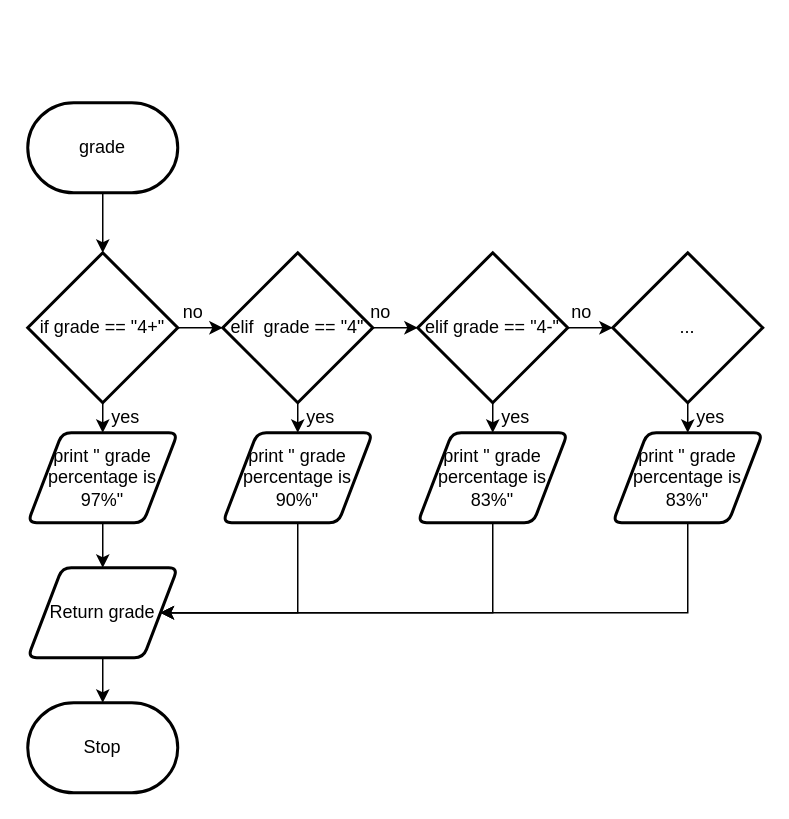
This is Draw.io/Flowchart.drawio from Peter-Gemmell/ICS3U-Unit5-03-Python, a draw.io file, before an edit. Source tidied: cells renumbered, new cells numbered last; positions are measured from the earlier drawing's top-left corner, leaving out a move shared by most shapes. Both pictures are drawn from the tidied source at 150%, with x=0, y=0 at pixel (27, 102).
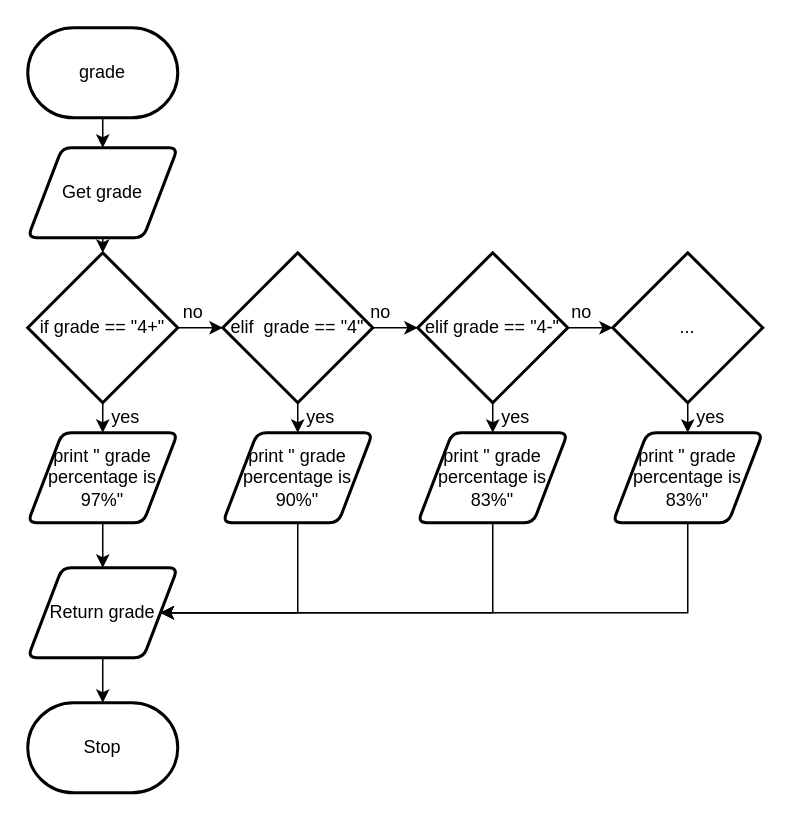
After the change.

The change refers to these unchanged cells:
```xml
<mxCell id="7" value="if grade == &quot;4+&quot;" style="strokeWidth=2;html=1;shape=mxgraph.flowchart.decision;whiteSpace=wrap;" parent="1" vertex="1">
  <mxGeometry y="100" width="100" height="100" as="geometry" />
</mxCell>
```

Change to the diagram source:
```diff
@@
-    <mxCell id="2" style="edgeStyle=none;html=1;exitX=0.5;exitY=1;exitDx=0;exitDy=0;exitPerimeter=0;" parent="1" edge="1" source="3" target="7">
-      <mxGeometry relative="1" as="geometry" />
-    </mxCell>
+    <mxCell id="33" style="edgeStyle=none;html=1;exitX=0.5;exitY=1;exitDx=0;exitDy=0;exitPerimeter=0;entryX=0.5;entryY=0;entryDx=0;entryDy=0;" parent="1" edge="1" source="3" target="35">
+      <mxGeometry relative="1" as="geometry" />
+    </mxCell>
     <mxCell id="3" value="grade" style="strokeWidth=2;html=1;shape=mxgraph.flowchart.terminator;whiteSpace=wrap;" parent="1" vertex="1">
-      <mxGeometry width="100" height="60" as="geometry" />
+      <mxGeometry y="-50" width="100" height="60" as="geometry" />
     </mxCell>
@@
+    <mxCell id="34" style="edgeStyle=none;html=1;exitX=0.5;exitY=1;exitDx=0;exitDy=0;entryX=0.5;entryY=0;entryDx=0;entryDy=0;entryPerimeter=0;" parent="1" edge="1" source="35" target="7">
+      <mxGeometry relative="1" as="geometry" />
+    </mxCell>
+    <mxCell id="35" value="Get grade" style="shape=parallelogram;html=1;strokeWidth=2;perimeter=parallelogramPerimeter;whiteSpace=wrap;rounded=1;arcSize=12;size=0.23;" parent="1" vertex="1">
+      <mxGeometry y="30" width="100" height="60" as="geometry" />
+    </mxCell>
```
